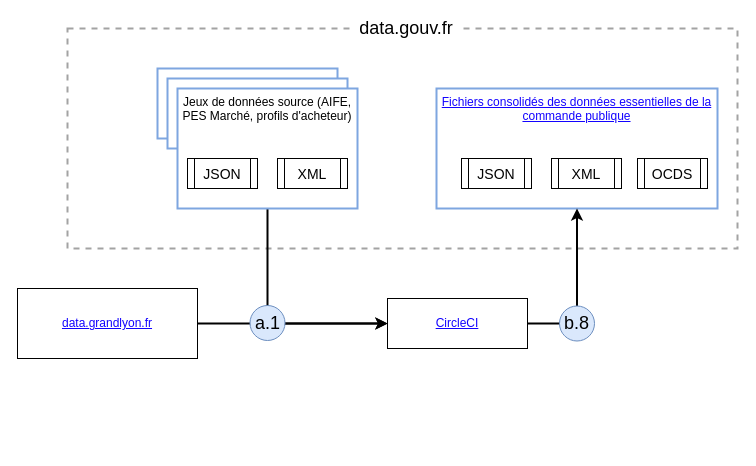
ColinMaudry/decp-docs keeps this draw.io diagram as decp-rama.drawio. Above is the earlier version. Source tidied: cells renumbered, new cells numbered last; positions are measured from the earlier drawing's top-left corner, leaving out a move shared by most shapes. Both pictures are drawn from the tidied source at 100%, with x=0, y=0 at pixel (17, 18).
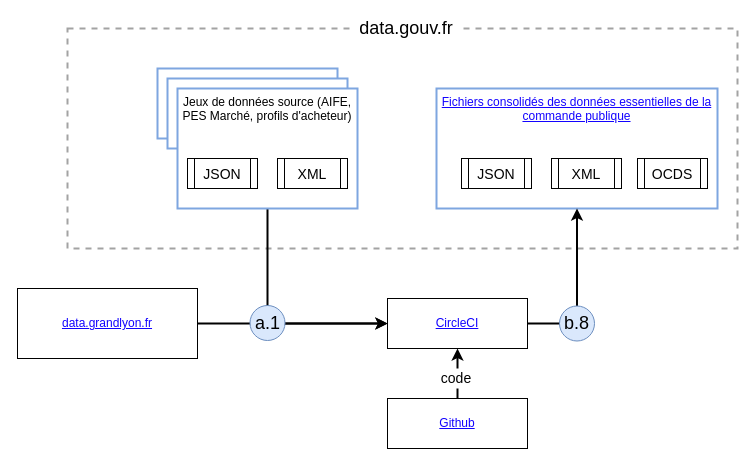
The same diagram, later.

The change refers to these unchanged cells:
```xml
<mxCell id="5" value="&lt;div&gt;&lt;font color=&quot;#1303FF&quot;&gt;&lt;u&gt;CircleCI&lt;/u&gt;&lt;/font&gt;&lt;/div&gt;" style="rounded=0;whiteSpace=wrap;html=1;" parent="1" vertex="1">
  <mxGeometry x="370" y="280" width="140" height="50" as="geometry" />
</mxCell>
```

Diff of the diagram source:
```diff
@@
+    <mxCell id="20" style="edgeStyle=orthogonalEdgeStyle;rounded=0;jettySize=auto;html=1;exitX=0.5;exitY=0;exitDx=0;exitDy=0;entryX=0.5;entryY=1;entryDx=0;entryDy=0;strokeWidth=2;fontSize=18;" parent="1" edge="1" source="21" target="5">
+      <mxGeometry relative="1" as="geometry" />
+    </mxCell>
+    <mxCell id="21" value="&lt;font color=&quot;#1303FF&quot;&gt;&lt;u&gt;Github&lt;/u&gt;&lt;/font&gt;" style="rounded=0;whiteSpace=wrap;html=1;" parent="1" vertex="1">
+      <mxGeometry x="370" y="380" width="140" height="50" as="geometry" />
+    </mxCell>
+    <mxCell id="22" value="code" style="text;html=1;strokeColor=none;align=center;verticalAlign=middle;whiteSpace=wrap;rounded=0;dashed=1;fontSize=14;fillColor=#ffffff;" parent="1" vertex="1">
+      <mxGeometry x="419" y="350" width="40" height="20" as="geometry" />
+    </mxCell>
```
